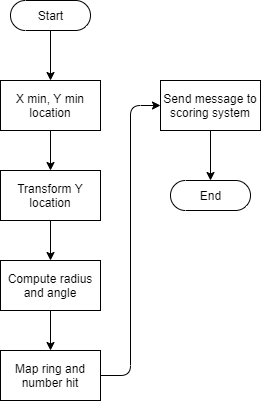
The draw.io diagram imaging/documentation/Map_Dart_Logic.png in kparlak/dart-scoring-system, before a commit. Source tidied: cells renumbered, new cells last; positions are measured from the earlier drawing's top-left corner, leaving out a move shared by most shapes. The source it was exported from:
```xml
<mxGraphModel>
  <root>
    <mxCell id="0" />
    <mxCell id="1" parent="0" />
    <mxCell id="2" style="edgeStyle=orthogonalEdgeStyle;rounded=1;jettySize=auto;html=1;exitX=0.5;exitY=0.5;exitDx=0;exitDy=15;exitPerimeter=0;entryX=0.5;entryY=0;entryDx=0;entryDy=0;strokeColor=#000000;" parent="1" edge="1" source="3" target="5">
      <mxGeometry relative="1" as="geometry" />
    </mxCell>
    <mxCell id="3" value="Start" style="html=1;dashed=0;whitespace=wrap;shape=mxgraph.dfd.start;" parent="1" vertex="1">
      <mxGeometry x="10" width="80" height="30" as="geometry" />
    </mxCell>
    <mxCell id="4" style="edgeStyle=orthogonalEdgeStyle;rounded=1;jettySize=auto;html=1;exitX=0.5;exitY=1;exitDx=0;exitDy=0;entryX=0.5;entryY=0;entryDx=0;entryDy=0;strokeColor=#000000;" parent="1" edge="1" source="5" target="7">
      <mxGeometry relative="1" as="geometry" />
    </mxCell>
    <mxCell id="5" value="X min, Y min location" style="html=1;dashed=0;whitespace=wrap;whiteSpace=wrap;" parent="1" vertex="1">
      <mxGeometry y="80" width="100" height="50" as="geometry" />
    </mxCell>
    <mxCell id="6" style="edgeStyle=orthogonalEdgeStyle;rounded=1;jettySize=auto;html=1;exitX=0.5;exitY=1;exitDx=0;exitDy=0;entryX=0.5;entryY=0;entryDx=0;entryDy=0;strokeColor=#000000;" parent="1" edge="1" source="7" target="9">
      <mxGeometry relative="1" as="geometry" />
    </mxCell>
    <mxCell id="7" value="Transform Y location" style="html=1;dashed=0;whitespace=wrap;whiteSpace=wrap;" parent="1" vertex="1">
      <mxGeometry y="170" width="100" height="50" as="geometry" />
    </mxCell>
    <mxCell id="8" style="edgeStyle=orthogonalEdgeStyle;rounded=1;jettySize=auto;html=1;exitX=0.5;exitY=1;exitDx=0;exitDy=0;entryX=0.5;entryY=0;entryDx=0;entryDy=0;startArrow=none;startFill=0;endArrow=classic;endFill=1;strokeColor=#000000;fontSize=11;" parent="1" edge="1" source="9" target="14">
      <mxGeometry relative="1" as="geometry" />
    </mxCell>
    <mxCell id="9" value="Compute radius and angle" style="html=1;dashed=0;whitespace=wrap;whiteSpace=wrap;" parent="1" vertex="1">
      <mxGeometry y="260" width="100" height="50" as="geometry" />
    </mxCell>
    <mxCell id="10" style="edgeStyle=orthogonalEdgeStyle;rounded=1;jettySize=auto;html=1;exitX=0.5;exitY=1;exitDx=0;exitDy=0;entryX=0.5;entryY=0.5;entryDx=0;entryDy=-15;entryPerimeter=0;strokeColor=#000000;" parent="1" edge="1" source="11" target="12">
      <mxGeometry relative="1" as="geometry" />
    </mxCell>
    <mxCell id="11" value="Send message to scoring system" style="html=1;dashed=0;whitespace=wrap;whiteSpace=wrap;" parent="1" vertex="1">
      <mxGeometry x="160" y="80" width="100" height="50" as="geometry" />
    </mxCell>
    <mxCell id="12" value="End" style="html=1;dashed=0;whitespace=wrap;shape=mxgraph.dfd.start;" parent="1" vertex="1">
      <mxGeometry x="170" y="180" width="80" height="30" as="geometry" />
    </mxCell>
    <mxCell id="13" style="edgeStyle=orthogonalEdgeStyle;rounded=1;jettySize=auto;html=1;exitX=1;exitY=0.5;exitDx=0;exitDy=0;entryX=0;entryY=0.5;entryDx=0;entryDy=0;startArrow=none;startFill=0;endArrow=classic;endFill=1;strokeColor=#000000;fontSize=11;" parent="1" edge="1" source="14" target="11">
      <mxGeometry relative="1" as="geometry" />
    </mxCell>
    <mxCell id="14" value="Map ring and number hit" style="html=1;dashed=0;whitespace=wrap;whiteSpace=wrap;" parent="1" vertex="1">
      <mxGeometry y="350" width="100" height="50" as="geometry" />
    </mxCell>
  </root>
</mxGraphModel>
```
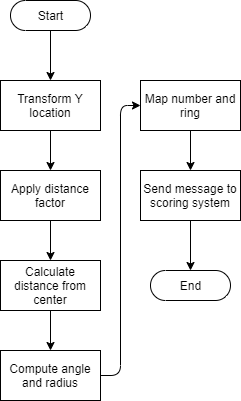
Above is the later version.

The edit, as a diff of the source:
```diff
@@ -2,44 +2,52 @@
   <root>
     <mxCell id="0" />
     <mxCell id="1" parent="0" />
-    <mxCell id="2" style="edgeStyle=orthogonalEdgeStyle;rounded=1;jettySize=auto;html=1;exitX=0.5;exitY=0.5;exitDx=0;exitDy=15;exitPerimeter=0;entryX=0.5;entryY=0;entryDx=0;entryDy=0;strokeColor=#000000;" parent="1" edge="1" source="3" target="5">
-      <mxGeometry relative="1" as="geometry" />
+    <mxCell id="2" style="edgeStyle=orthogonalEdgeStyle;rounded=1;jettySize=auto;html=1;exitX=0.5;exitY=0.5;exitDx=0;exitDy=15;exitPerimeter=0;entryX=0.5;entryY=0;entryDx=0;entryDy=0;strokeColor=#000000;" parent="1" edge="1" source="3">
+      <mxGeometry relative="1" as="geometry">
+        <mxPoint x="50" y="80" as="targetPoint" />
+      </mxGeometry>
     </mxCell>
     <mxCell id="3" value="Start" style="html=1;dashed=0;whitespace=wrap;shape=mxgraph.dfd.start;" parent="1" vertex="1">
       <mxGeometry x="10" width="80" height="30" as="geometry" />
     </mxCell>
-    <mxCell id="4" style="edgeStyle=orthogonalEdgeStyle;rounded=1;jettySize=auto;html=1;exitX=0.5;exitY=1;exitDx=0;exitDy=0;entryX=0.5;entryY=0;entryDx=0;entryDy=0;strokeColor=#000000;" parent="1" edge="1" source="5" target="7">
-      <mxGeometry relative="1" as="geometry" />
-    </mxCell>
-    <mxCell id="5" value="X min, Y min location" style="html=1;dashed=0;whitespace=wrap;whiteSpace=wrap;" parent="1" vertex="1">
-      <mxGeometry y="80" width="100" height="50" as="geometry" />
-    </mxCell>
-    <mxCell id="6" style="edgeStyle=orthogonalEdgeStyle;rounded=1;jettySize=auto;html=1;exitX=0.5;exitY=1;exitDx=0;exitDy=0;entryX=0.5;entryY=0;entryDx=0;entryDy=0;strokeColor=#000000;" parent="1" edge="1" source="7" target="9">
-      <mxGeometry relative="1" as="geometry" />
-    </mxCell>
+    <mxCell id="15" style="edgeStyle=orthogonalEdgeStyle;rounded=1;jettySize=auto;html=1;exitX=0.5;exitY=1;exitDx=0;exitDy=0;entryX=0.5;entryY=0;entryDx=0;entryDy=0;" parent="1" edge="1" source="7" target="17">
+      <mxGeometry relative="1" as="geometry" />
+    </mxCell>
     <mxCell id="7" value="Transform Y location" style="html=1;dashed=0;whitespace=wrap;whiteSpace=wrap;" parent="1" vertex="1">
-      <mxGeometry y="170" width="100" height="50" as="geometry" />
+      <mxGeometry y="80" width="100" height="50" as="geometry" />
     </mxCell>
-    <mxCell id="8" style="edgeStyle=orthogonalEdgeStyle;rounded=1;jettySize=auto;html=1;exitX=0.5;exitY=1;exitDx=0;exitDy=0;entryX=0.5;entryY=0;entryDx=0;entryDy=0;startArrow=none;startFill=0;endArrow=classic;endFill=1;strokeColor=#000000;fontSize=11;" parent="1" edge="1" source="9" target="14">
+    <mxCell id="8" style="edgeStyle=orthogonalEdgeStyle;rounded=1;jettySize=auto;html=1;entryX=0;entryY=0.5;entryDx=0;entryDy=0;exitX=1;exitY=0.5;exitDx=0;exitDy=0;" parent="1" edge="1" source="9" target="14">
       <mxGeometry relative="1" as="geometry" />
     </mxCell>
-    <mxCell id="9" value="Compute radius and angle" style="html=1;dashed=0;whitespace=wrap;whiteSpace=wrap;" parent="1" vertex="1">
-      <mxGeometry y="260" width="100" height="50" as="geometry" />
+    <mxCell id="9" value="Compute angle and radius" style="html=1;dashed=0;whitespace=wrap;whiteSpace=wrap;" parent="1" vertex="1">
+      <mxGeometry y="350" width="100" height="50" as="geometry" />
     </mxCell>
-    <mxCell id="10" style="edgeStyle=orthogonalEdgeStyle;rounded=1;jettySize=auto;html=1;exitX=0.5;exitY=1;exitDx=0;exitDy=0;entryX=0.5;entryY=0.5;entryDx=0;entryDy=-15;entryPerimeter=0;strokeColor=#000000;" parent="1" edge="1" source="11" target="12">
+    <mxCell id="10" style="edgeStyle=orthogonalEdgeStyle;rounded=1;jettySize=auto;html=1;exitX=0.5;exitY=1;exitDx=0;exitDy=0;entryX=0.5;entryY=0.5;entryDx=0;entryDy=-15;entryPerimeter=0;" parent="1" edge="1" source="11" target="12">
       <mxGeometry relative="1" as="geometry" />
     </mxCell>
     <mxCell id="11" value="Send message to scoring system" style="html=1;dashed=0;whitespace=wrap;whiteSpace=wrap;" parent="1" vertex="1">
-      <mxGeometry x="160" y="80" width="100" height="50" as="geometry" />
+      <mxGeometry x="140" y="170" width="100" height="50" as="geometry" />
     </mxCell>
     <mxCell id="12" value="End" style="html=1;dashed=0;whitespace=wrap;shape=mxgraph.dfd.start;" parent="1" vertex="1">
-      <mxGeometry x="170" y="180" width="80" height="30" as="geometry" />
+      <mxGeometry x="150" y="270" width="80" height="30" as="geometry" />
     </mxCell>
-    <mxCell id="13" style="edgeStyle=orthogonalEdgeStyle;rounded=1;jettySize=auto;html=1;exitX=1;exitY=0.5;exitDx=0;exitDy=0;entryX=0;entryY=0.5;entryDx=0;entryDy=0;startArrow=none;startFill=0;endArrow=classic;endFill=1;strokeColor=#000000;fontSize=11;" parent="1" edge="1" source="14" target="11">
+    <mxCell id="13" style="edgeStyle=orthogonalEdgeStyle;rounded=1;jettySize=auto;html=1;exitX=0.5;exitY=1;exitDx=0;exitDy=0;entryX=0.5;entryY=0;entryDx=0;entryDy=0;" parent="1" edge="1" source="14" target="11">
       <mxGeometry relative="1" as="geometry" />
     </mxCell>
-    <mxCell id="14" value="Map ring and number hit" style="html=1;dashed=0;whitespace=wrap;whiteSpace=wrap;" parent="1" vertex="1">
-      <mxGeometry y="350" width="100" height="50" as="geometry" />
+    <mxCell id="14" value="Map number and ring" style="html=1;dashed=0;whitespace=wrap;whiteSpace=wrap;" parent="1" vertex="1">
+      <mxGeometry x="140" y="80" width="100" height="50" as="geometry" />
     </mxCell>
+    <mxCell id="16" style="edgeStyle=orthogonalEdgeStyle;rounded=1;jettySize=auto;html=1;exitX=0.5;exitY=1;exitDx=0;exitDy=0;entryX=0.5;entryY=0;entryDx=0;entryDy=0;" parent="1" edge="1" source="17" target="19">
+      <mxGeometry relative="1" as="geometry" />
+    </mxCell>
+    <mxCell id="17" value="Apply distance factor" style="html=1;dashed=0;whitespace=wrap;whiteSpace=wrap;" parent="1" vertex="1">
+      <mxGeometry y="170" width="100" height="50" as="geometry" />
+    </mxCell>
+    <mxCell id="18" style="edgeStyle=orthogonalEdgeStyle;rounded=1;jettySize=auto;html=1;exitX=0.5;exitY=1;exitDx=0;exitDy=0;entryX=0.5;entryY=0;entryDx=0;entryDy=0;" parent="1" edge="1" source="19" target="9">
+      <mxGeometry relative="1" as="geometry" />
+    </mxCell>
+    <mxCell id="19" value="Calculate distance from center" style="html=1;dashed=0;whitespace=wrap;whiteSpace=wrap;" parent="1" vertex="1">
+      <mxGeometry y="260" width="100" height="50" as="geometry" />
+    </mxCell>
   </root>
 </mxGraphModel>
```
